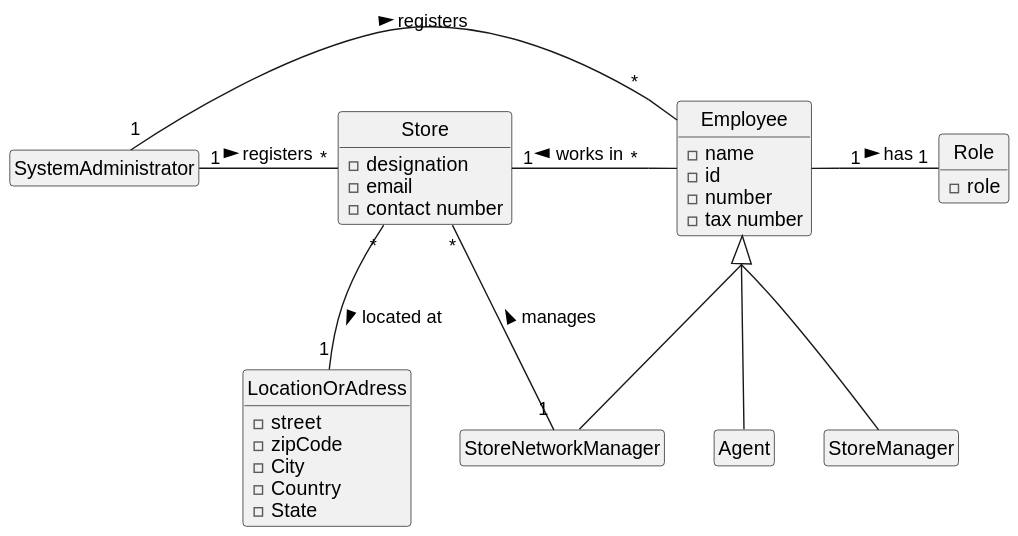
Above: docs/sprintA/US03/02.analysis/svg/us03-domain-model.svg in PureNimble/ISEP-LAPR2 (PlantUML), before the change. Source of this version:
```plantuml
@startuml

skinparam monochrome true
skinparam packageStyle rectangle
skinparam shadowing false
hide empty members
skinparam groupInheritance 3
hide circle

class SystemAdministrator

class Employee

class Role

class SystemAdministrator

class Agent

class StoreManager

class StoreNetworkManager

class Store

class LocationOrAdress

class Role{
-role
}

class Store{
-designation
-email
-contact number
}

class LocationOrAdress{
-street
-zipCode
-City
-Country
-State
}

class SystemAdministrator{
}

class Employee{
-name
-id
-number
-tax number
}

SystemAdministrator "1" - "*" Store : registers >

Store "*" -- "1" LocationOrAdress : located at >

Store "1" - "*" Employee : works in <

SystemAdministrator "1" - "*" Employee : registers >

Employee "1" - "1" Role : has >

Employee <|--  StoreNetworkManager

Employee <|--  StoreManager

Employee <|-- Agent

StoreNetworkManager "1" - "*" Store : manages >
@enduml
```
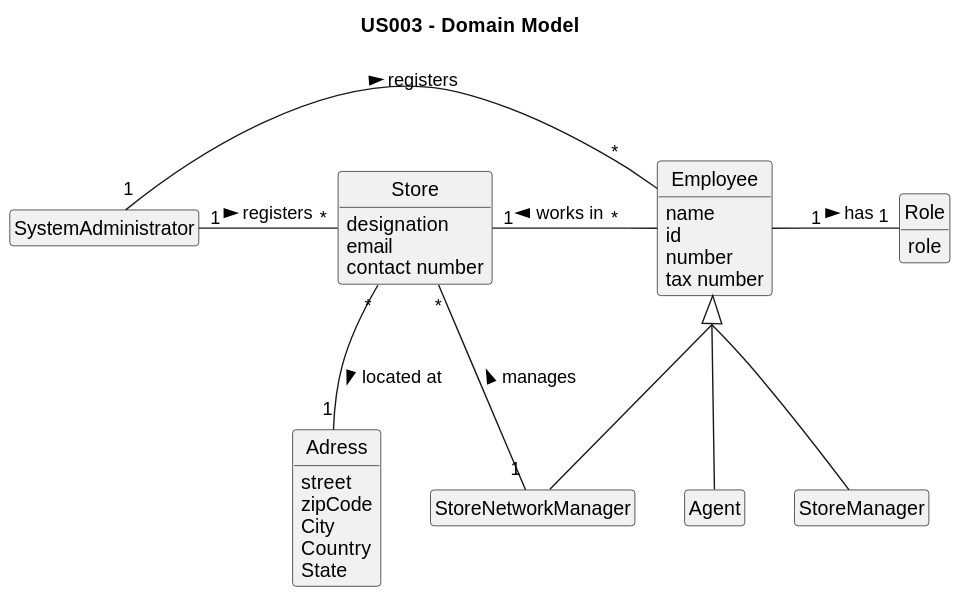
After the change.

Commit message:
Update domain model.puml of US03 and US04 class LocationOrAdress to class Adress and updating the svg image domain model about the US03

Diff of the diagram source:
```diff
@@ -1,4 +1,6 @@
 @startuml
+
+title US003 - Domain Model
 
 skinparam monochrome true
 skinparam packageStyle rectangle
@@ -23,39 +25,39 @@
 
 class Store
 
-class LocationOrAdress
+class Adress
 
 class Role{
--role
+role
 }
 
 class Store{
--designation
--email
--contact number
+designation
+email
+contact number
 }
 
-class LocationOrAdress{
--street
--zipCode
--City
--Country
--State
+class Adress{
+street
+zipCode
+City
+Country
+State
 }
 
 class SystemAdministrator{
 }
 
 class Employee{
--name
--id
--number
--tax number
+name
+id
+number
+tax number
 }
 
 SystemAdministrator "1" - "*" Store : registers >
 
-Store "*" -- "1" LocationOrAdress : located at >
+Store "*" -- "1" Adress : located at >
 
 Store "1" - "*" Employee : works in <
 
```
